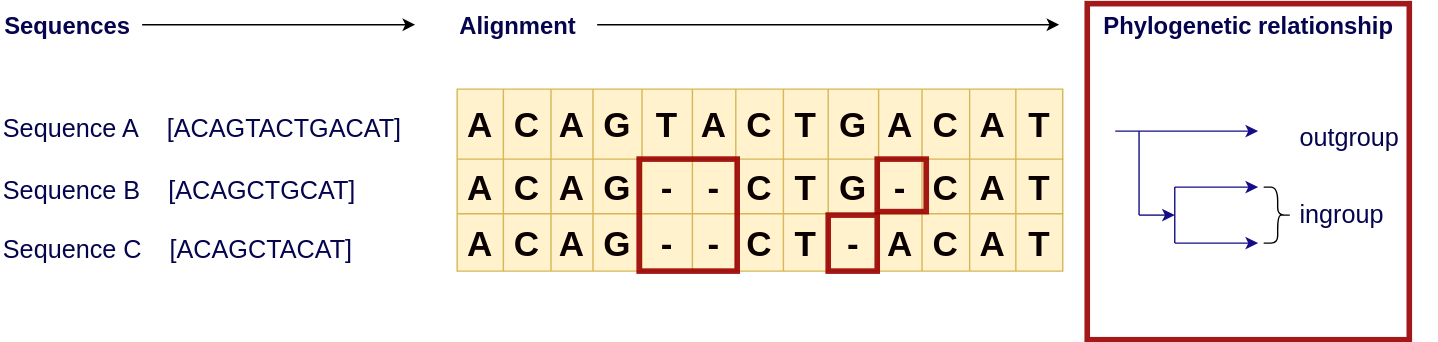
khiron/dBGAlignSlides keeps this draw.io diagram as images/3alignment_tree.drawio.svg. Above is the earlier version. Source tidied: cells renumbered, new cells last; positions are measured from the earlier drawing's top-left corner, leaving out a move shared by most shapes.
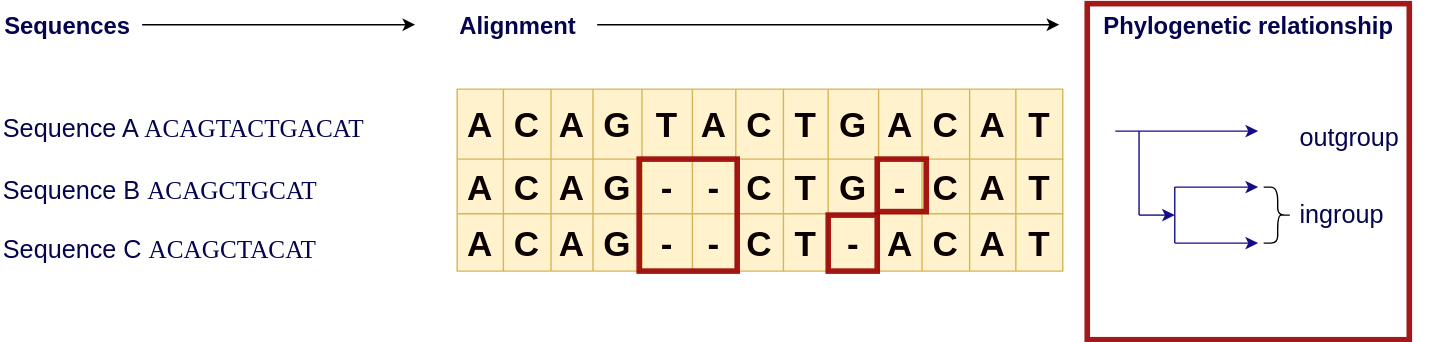
The same file after the commit.

The edit, as a diff of the source:
```diff
@@ -142,15 +142,6 @@
     <mxCell id="47" value="&lt;b&gt;Alignment&lt;/b&gt;" style="text;html=1;align=left;verticalAlign=top;whiteSpace=wrap;rounded=0;fontColor=#05044e;fontSize=17;labelPosition=center;verticalLabelPosition=middle;" parent="1" vertex="1">
       <mxGeometry x="326" width="100" height="30" as="geometry" />
     </mxCell>
-    <mxCell id="48" value="Sequence A&amp;nbsp; &amp;nbsp; [ACAGTACTGACAT]" style="text;html=1;align=left;verticalAlign=middle;whiteSpace=wrap;rounded=0;fontSize=18;fontStyle=0;labelPosition=center;verticalLabelPosition=middle;fontColor=#05044e;" parent="1" vertex="1">
-      <mxGeometry y="75" width="296" height="30" as="geometry" />
-    </mxCell>
-    <mxCell id="49" value="Sequence B&amp;nbsp; &amp;nbsp; [ACAGCTGCAT]" style="text;html=1;align=left;verticalAlign=middle;whiteSpace=wrap;rounded=0;fontSize=18;fontStyle=0;labelPosition=center;verticalLabelPosition=middle;fontColor=#05044e;" parent="1" vertex="1">
-      <mxGeometry y="116" width="296" height="35" as="geometry" />
-    </mxCell>
-    <mxCell id="50" value="Sequence C&amp;nbsp; &amp;nbsp; [ACAGCTACAT]" style="text;html=1;align=left;verticalAlign=middle;whiteSpace=wrap;rounded=0;fontSize=18;fontStyle=0;labelPosition=center;verticalLabelPosition=middle;fontColor=#05044e;" parent="1" vertex="1">
-      <mxGeometry y="160" width="296" height="31" as="geometry" />
-    </mxCell>
     <mxCell id="51" style="edgeStyle=none;html=1;" parent="1" edge="1" source="52">
       <mxGeometry relative="1" as="geometry">
         <mxPoint x="296" y="15" as="targetPoint" />
@@ -228,5 +219,14 @@
     <mxCell id="66" style="rounded=0;whiteSpace=wrap;html=1;fillColor=none;strokeColor=#990000;strokeWidth=4;opacity=90;" parent="1" vertex="1">
       <mxGeometry x="626" y="111" width="35" height="37.5" as="geometry" />
     </mxCell>
+    <mxCell id="67" value="Sequence A&amp;nbsp; &amp;nbsp; &lt;font face=&quot;Lucida Console&quot;&gt;ACAGTACTGACAT&lt;/font&gt;" style="text;html=1;align=left;verticalAlign=middle;whiteSpace=wrap;rounded=0;fontSize=18;fontStyle=0;labelPosition=center;verticalLabelPosition=middle;fontColor=#05044e;" parent="1" vertex="1">
+      <mxGeometry y="75" width="296" height="30" as="geometry" />
+    </mxCell>
+    <mxCell id="68" value="Sequence B&amp;nbsp; &amp;nbsp; &lt;font face=&quot;Lucida Console&quot;&gt;ACAGCTGCAT&lt;/font&gt;" style="text;html=1;align=left;verticalAlign=middle;whiteSpace=wrap;rounded=0;fontSize=18;fontStyle=0;labelPosition=center;verticalLabelPosition=middle;fontColor=#05044e;" parent="1" vertex="1">
+      <mxGeometry y="116" width="296" height="35" as="geometry" />
+    </mxCell>
+    <mxCell id="69" value="Sequence C&amp;nbsp; &amp;nbsp; &lt;font face=&quot;Lucida Console&quot;&gt;ACAGCTACAT&lt;/font&gt;" style="text;html=1;align=left;verticalAlign=middle;whiteSpace=wrap;rounded=0;fontSize=18;fontStyle=0;labelPosition=center;verticalLabelPosition=middle;fontColor=#05044e;" parent="1" vertex="1">
+      <mxGeometry y="160" width="296" height="31" as="geometry" />
+    </mxCell>
   </root>
 </mxGraphModel>
```
